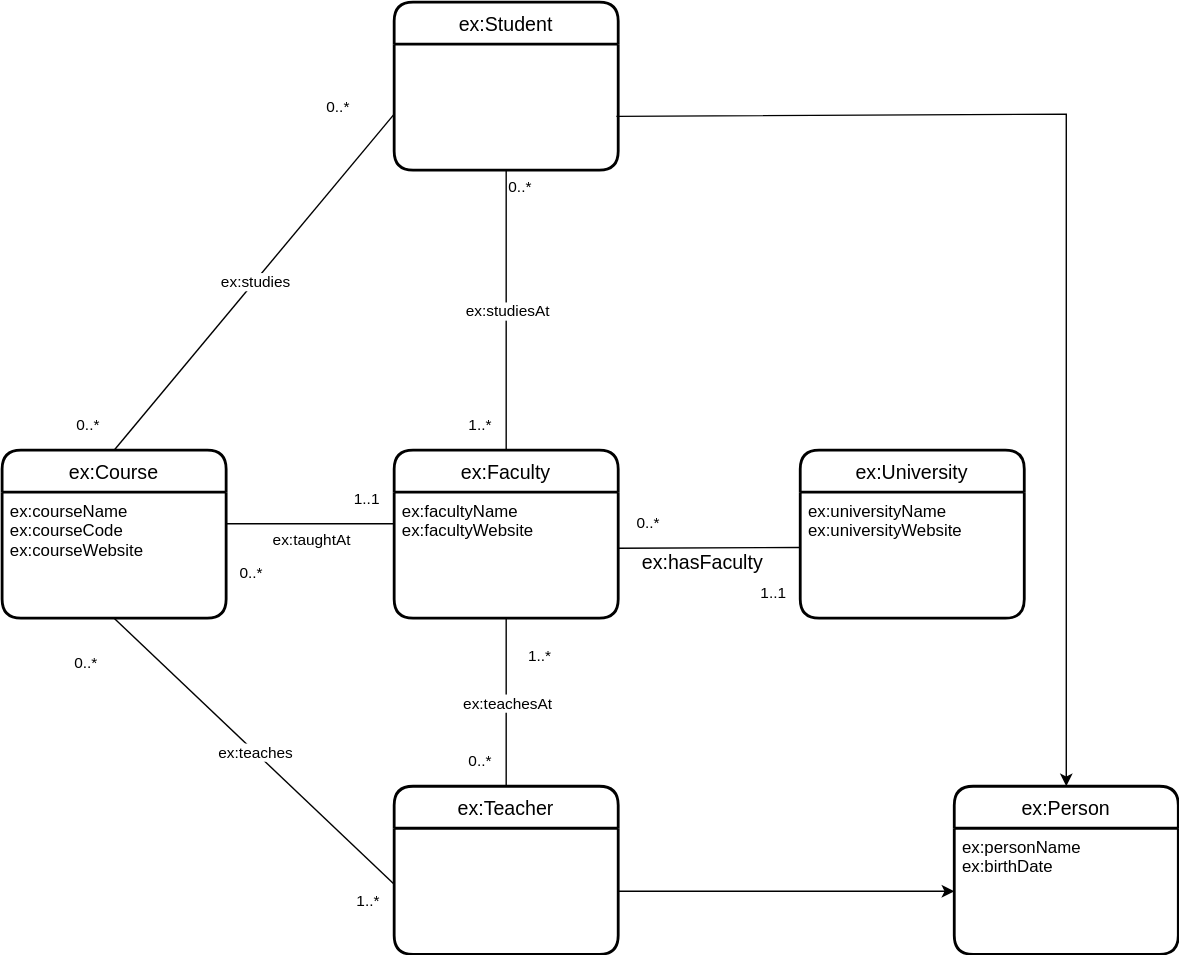
Before: DU2/RDF.drawio.svg, a diagram exported from draw.io (qpwedev/data-formats). Source tidied: cells renumbered, new cells last; positions are measured from the earlier drawing's top-left corner, leaving out a move shared by most shapes. Its diagram source:
```xml
<mxGraphModel>
  <root>
    <mxCell id="0" />
    <mxCell id="1" parent="0" />
    <mxCell id="2" style="endArrow=none;html=1;rounded=0;entryX=0.5;entryY=0;entryDx=0;entryDy=0;exitX=0.5;exitY=1;exitDx=0;exitDy=0;" parent="1" edge="1" source="9" target="10">
      <mxGeometry relative="1" as="geometry" />
    </mxCell>
    <mxCell id="3" value="ex:teachesAt" style="edgeLabel;html=1;align=center;verticalAlign=middle;" parent="2" vertex="1">
      <mxGeometry relative="1" as="geometry" />
    </mxCell>
    <mxCell id="4" value="1..*" style="edgeLabel;html=1;align=left;verticalAlign=bottom;" parent="2" vertex="1">
      <mxGeometry x="-1" relative="1" as="geometry">
        <mxPoint x="14" y="35" as="offset" />
      </mxGeometry>
    </mxCell>
    <mxCell id="5" value="&lt;span style=&quot;text-align: left;&quot;&gt;0..*&lt;/span&gt;" style="edgeLabel;html=1;align=right;verticalAlign=bottom;" parent="2" vertex="1">
      <mxGeometry x="1" relative="1" as="geometry">
        <mxPoint x="-10" y="-10" as="offset" />
      </mxGeometry>
    </mxCell>
    <mxCell id="6" value="ex:Course" style="swimlane;horizontal=1;startSize=30;rounded=1;fontSize=14;fontStyle=0;strokeWidth=2;shadow=0;dashed=0;align=center;" parent="1" vertex="1">
      <mxGeometry y="320" width="160" height="120" as="geometry" />
    </mxCell>
    <mxCell id="7" value="ex:courseName&#10;ex:courseCode&#10;ex:courseWebsite" style="align=left;strokeColor=none;fillColor=none;spacingLeft=4;fontSize=12;verticalAlign=top;" parent="6" vertex="1">
      <mxGeometry y="30" width="160" height="90" as="geometry" />
    </mxCell>
    <mxCell id="8" value="ex:Faculty" style="swimlane;horizontal=1;startSize=30;rounded=1;fontSize=14;fontStyle=0;strokeWidth=2;shadow=0;dashed=0;align=center;" parent="1" vertex="1">
      <mxGeometry x="280" y="320" width="160" height="120" as="geometry" />
    </mxCell>
    <mxCell id="9" value="ex:facultyName&#10;ex:facultyWebsite" style="align=left;strokeColor=none;fillColor=none;spacingLeft=4;fontSize=12;verticalAlign=top;" parent="8" vertex="1">
      <mxGeometry y="30" width="160" height="90" as="geometry" />
    </mxCell>
    <mxCell id="10" value="ex:Teacher" style="swimlane;horizontal=1;startSize=30;rounded=1;fontSize=14;fontStyle=0;strokeWidth=2;shadow=0;dashed=0;align=center;" parent="1" vertex="1">
      <mxGeometry x="280" y="560" width="160" height="120" as="geometry" />
    </mxCell>
    <mxCell id="11" value="ex:Person" style="swimlane;horizontal=1;startSize=30;rounded=1;fontSize=14;fontStyle=0;strokeWidth=2;shadow=0;dashed=0;align=center;" parent="1" vertex="1">
      <mxGeometry x="680" y="560" width="160" height="120" as="geometry" />
    </mxCell>
    <mxCell id="12" value="ex:personName&#10;ex:birthDate" style="align=left;strokeColor=none;fillColor=none;spacingLeft=4;fontSize=12;verticalAlign=top;" parent="11" vertex="1">
      <mxGeometry y="30" width="160" height="90" as="geometry" />
    </mxCell>
    <mxCell id="13" style="endArrow=classic;html=1;rounded=0;entryX=0.5;entryY=0;entryDx=0;entryDy=0;exitX=0.992;exitY=0.573;exitDx=0;exitDy=0;exitPerimeter=0;" parent="1" edge="1" target="11">
      <mxGeometry relative="1" as="geometry">
        <mxPoint x="438.7" y="81.6" as="sourcePoint" />
        <Array as="points">
          <mxPoint x="760" y="80" />
        </Array>
      </mxGeometry>
    </mxCell>
    <mxCell id="14" style="endArrow=classic;html=1;rounded=0;entryX=0;entryY=0.5;entryDx=0;entryDy=0;" parent="1" edge="1" target="12">
      <mxGeometry relative="1" as="geometry">
        <mxPoint x="440" y="635" as="sourcePoint" />
      </mxGeometry>
    </mxCell>
    <mxCell id="15" style="endArrow=none;html=1;rounded=0;exitX=0.5;exitY=1;exitDx=0;exitDy=0;" parent="1" edge="1" source="7">
      <mxGeometry relative="1" as="geometry">
        <mxPoint x="280" y="630" as="targetPoint" />
      </mxGeometry>
    </mxCell>
    <mxCell id="16" value="ex:teaches" style="edgeLabel;html=1;align=center;verticalAlign=middle;" parent="15" vertex="1">
      <mxGeometry relative="1" as="geometry" />
    </mxCell>
    <mxCell id="17" value="0..*" style="edgeLabel;html=1;align=left;verticalAlign=bottom;" parent="15" vertex="1">
      <mxGeometry x="-1" relative="1" as="geometry">
        <mxPoint x="-30" y="40" as="offset" />
      </mxGeometry>
    </mxCell>
    <mxCell id="18" value="&lt;span style=&quot;text-align: left;&quot;&gt;1..*&lt;/span&gt;" style="edgeLabel;html=1;align=right;verticalAlign=bottom;" parent="15" vertex="1">
      <mxGeometry x="1" relative="1" as="geometry">
        <mxPoint x="-10" y="20" as="offset" />
      </mxGeometry>
    </mxCell>
    <mxCell id="19" style="endArrow=none;html=1;rounded=0;entryX=0.5;entryY=0;entryDx=0;entryDy=0;" parent="1" edge="1" target="6">
      <mxGeometry relative="1" as="geometry">
        <mxPoint x="280" y="80" as="sourcePoint" />
      </mxGeometry>
    </mxCell>
    <mxCell id="20" value="ex:studies" style="edgeLabel;html=1;align=center;verticalAlign=middle;" parent="19" vertex="1">
      <mxGeometry relative="1" as="geometry" />
    </mxCell>
    <mxCell id="21" value="0..*" style="edgeLabel;html=1;align=left;verticalAlign=bottom;" parent="19" vertex="1">
      <mxGeometry x="-1" relative="1" as="geometry">
        <mxPoint x="-50" y="3" as="offset" />
      </mxGeometry>
    </mxCell>
    <mxCell id="22" value="0..*" style="edgeLabel;html=1;align=right;verticalAlign=bottom;" parent="19" vertex="1">
      <mxGeometry x="1" relative="1" as="geometry">
        <mxPoint x="-10" y="-10" as="offset" />
      </mxGeometry>
    </mxCell>
    <mxCell id="23" style="endArrow=none;html=1;rounded=0;exitX=0.5;exitY=1;exitDx=0;exitDy=0;entryX=0.5;entryY=0;entryDx=0;entryDy=0;" parent="1" edge="1" target="8">
      <mxGeometry relative="1" as="geometry">
        <mxPoint x="360" y="120" as="sourcePoint" />
      </mxGeometry>
    </mxCell>
    <mxCell id="24" value="ex:studiesAt" style="edgeLabel;html=1;align=center;verticalAlign=middle;" parent="23" vertex="1">
      <mxGeometry relative="1" as="geometry" />
    </mxCell>
    <mxCell id="25" value="0..*" style="edgeLabel;html=1;align=left;verticalAlign=bottom;" parent="23" vertex="1">
      <mxGeometry x="-1" relative="1" as="geometry">
        <mxPoint y="20" as="offset" />
      </mxGeometry>
    </mxCell>
    <mxCell id="26" value="&lt;span style=&quot;text-align: left;&quot;&gt;1..*&lt;/span&gt;" style="edgeLabel;html=1;align=right;verticalAlign=bottom;" parent="23" vertex="1">
      <mxGeometry x="1" relative="1" as="geometry">
        <mxPoint x="-10" y="-10" as="offset" />
      </mxGeometry>
    </mxCell>
    <mxCell id="27" value="ex:University" style="swimlane;horizontal=1;startSize=30;rounded=1;fontSize=14;fontStyle=0;strokeWidth=2;shadow=0;dashed=0;align=center;" parent="1" vertex="1">
      <mxGeometry x="570" y="320" width="160" height="120" as="geometry" />
    </mxCell>
    <mxCell id="28" value="ex:universityName&#10;ex:universityWebsite&#10;&#10;" style="align=left;strokeColor=none;fillColor=none;spacingLeft=4;fontSize=12;verticalAlign=top;" parent="27" vertex="1">
      <mxGeometry y="30" width="160" height="90" as="geometry" />
    </mxCell>
    <mxCell id="29" style="endArrow=none;html=1;rounded=0;exitX=-0.003;exitY=0.439;exitDx=0;exitDy=0;exitPerimeter=0;" parent="1" edge="1" source="28">
      <mxGeometry relative="1" as="geometry">
        <mxPoint x="440" y="390" as="targetPoint" />
      </mxGeometry>
    </mxCell>
    <mxCell id="30" value="&lt;font style=&quot;line-height: 1; font-size: 14px;&quot;&gt;ex:hasFaculty&lt;/font&gt;" style="edgeLabel;html=1;align=center;verticalAlign=middle;" parent="29" vertex="1">
      <mxGeometry relative="1" as="geometry">
        <mxPoint x="-5" y="10" as="offset" />
      </mxGeometry>
    </mxCell>
    <mxCell id="31" value="1..1" style="edgeLabel;html=1;align=left;verticalAlign=bottom;" parent="29" vertex="1">
      <mxGeometry x="-1" relative="1" as="geometry">
        <mxPoint x="-30" y="40" as="offset" />
      </mxGeometry>
    </mxCell>
    <mxCell id="32" value="&lt;span style=&quot;text-align: left;&quot;&gt;0..*&lt;/span&gt;" style="edgeLabel;html=1;align=right;verticalAlign=bottom;" parent="29" vertex="1">
      <mxGeometry x="1" relative="1" as="geometry">
        <mxPoint x="30" y="-10" as="offset" />
      </mxGeometry>
    </mxCell>
    <mxCell id="33" value="ex:Student" style="swimlane;horizontal=1;startSize=30;rounded=1;fontSize=14;fontStyle=0;strokeWidth=2;shadow=0;dashed=0;align=center;" parent="1" vertex="1">
      <mxGeometry x="280" width="160" height="120" as="geometry" />
    </mxCell>
    <mxCell id="34" style="endArrow=none;html=1;rounded=0;exitX=1;exitY=0.25;exitDx=0;exitDy=0;entryX=0;entryY=0.25;entryDx=0;entryDy=0;" parent="1" edge="1" source="7" target="9">
      <mxGeometry relative="1" as="geometry" />
    </mxCell>
    <mxCell id="35" value="ex:taughtAt" style="edgeLabel;html=1;align=center;verticalAlign=middle;" parent="34" vertex="1">
      <mxGeometry relative="1" as="geometry">
        <mxPoint y="11" as="offset" />
      </mxGeometry>
    </mxCell>
    <mxCell id="36" value="0..*" style="edgeLabel;html=1;align=left;verticalAlign=bottom;" parent="34" vertex="1">
      <mxGeometry x="-1" relative="1" as="geometry">
        <mxPoint x="8" y="43" as="offset" />
      </mxGeometry>
    </mxCell>
    <mxCell id="37" value="&lt;span style=&quot;text-align: left;&quot;&gt;1..1&lt;/span&gt;" style="edgeLabel;html=1;align=right;verticalAlign=bottom;" parent="34" vertex="1">
      <mxGeometry x="1" relative="1" as="geometry">
        <mxPoint x="-10" y="-10" as="offset" />
      </mxGeometry>
    </mxCell>
  </root>
</mxGraphModel>
```
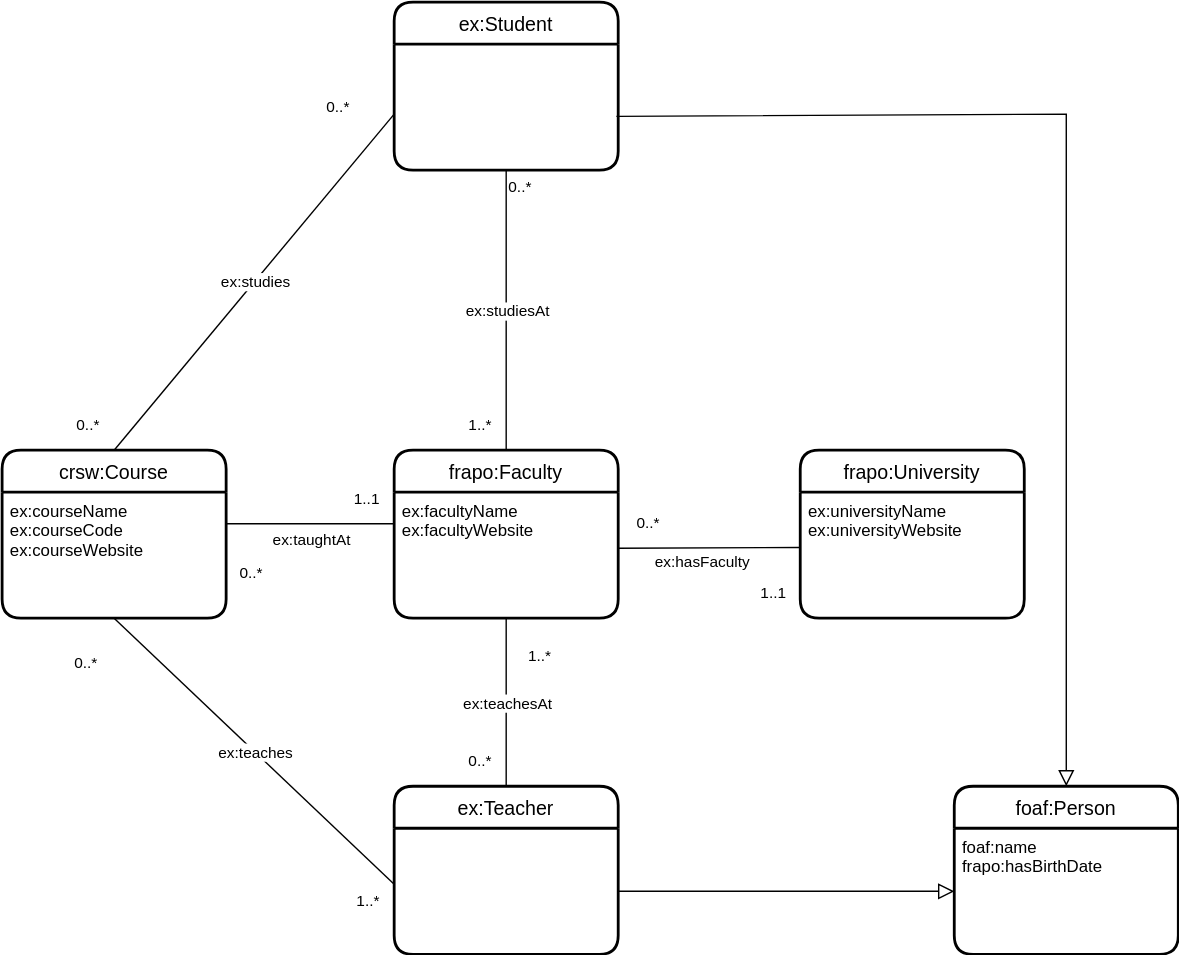
Later version of the same file.

Change to the diagram source:
```diff
@@ -18,13 +18,13 @@
         <mxPoint x="-10" y="-10" as="offset" />
       </mxGeometry>
     </mxCell>
-    <mxCell id="6" value="ex:Course" style="swimlane;horizontal=1;startSize=30;rounded=1;fontSize=14;fontStyle=0;strokeWidth=2;shadow=0;dashed=0;align=center;" parent="1" vertex="1">
+    <mxCell id="6" value="crsw:Course" style="swimlane;horizontal=1;startSize=30;rounded=1;fontSize=14;fontStyle=0;strokeWidth=2;shadow=0;dashed=0;align=center;" parent="1" vertex="1">
       <mxGeometry y="320" width="160" height="120" as="geometry" />
     </mxCell>
     <mxCell id="7" value="ex:courseName&#10;ex:courseCode&#10;ex:courseWebsite" style="align=left;strokeColor=none;fillColor=none;spacingLeft=4;fontSize=12;verticalAlign=top;" parent="6" vertex="1">
       <mxGeometry y="30" width="160" height="90" as="geometry" />
     </mxCell>
-    <mxCell id="8" value="ex:Faculty" style="swimlane;horizontal=1;startSize=30;rounded=1;fontSize=14;fontStyle=0;strokeWidth=2;shadow=0;dashed=0;align=center;" parent="1" vertex="1">
+    <mxCell id="8" value="frapo:Faculty" style="swimlane;horizontal=1;startSize=30;rounded=1;fontSize=14;fontStyle=0;strokeWidth=2;shadow=0;dashed=0;align=center;" parent="1" vertex="1">
       <mxGeometry x="280" y="320" width="160" height="120" as="geometry" />
     </mxCell>
     <mxCell id="9" value="ex:facultyName&#10;ex:facultyWebsite" style="align=left;strokeColor=none;fillColor=none;spacingLeft=4;fontSize=12;verticalAlign=top;" parent="8" vertex="1">
@@ -33,13 +33,13 @@
     <mxCell id="10" value="ex:Teacher" style="swimlane;horizontal=1;startSize=30;rounded=1;fontSize=14;fontStyle=0;strokeWidth=2;shadow=0;dashed=0;align=center;" parent="1" vertex="1">
       <mxGeometry x="280" y="560" width="160" height="120" as="geometry" />
     </mxCell>
-    <mxCell id="11" value="ex:Person" style="swimlane;horizontal=1;startSize=30;rounded=1;fontSize=14;fontStyle=0;strokeWidth=2;shadow=0;dashed=0;align=center;" parent="1" vertex="1">
+    <mxCell id="11" value="foaf:Person" style="swimlane;horizontal=1;startSize=30;rounded=1;fontSize=14;fontStyle=0;strokeWidth=2;shadow=0;dashed=0;align=center;" parent="1" vertex="1">
       <mxGeometry x="680" y="560" width="160" height="120" as="geometry" />
     </mxCell>
-    <mxCell id="12" value="ex:personName&#10;ex:birthDate" style="align=left;strokeColor=none;fillColor=none;spacingLeft=4;fontSize=12;verticalAlign=top;" parent="11" vertex="1">
+    <mxCell id="12" value="foaf:name&#10;frapo:hasBirthDate" style="align=left;strokeColor=none;fillColor=none;spacingLeft=4;fontSize=12;verticalAlign=top;" parent="11" vertex="1">
       <mxGeometry y="30" width="160" height="90" as="geometry" />
     </mxCell>
-    <mxCell id="13" style="endArrow=classic;html=1;rounded=0;entryX=0.5;entryY=0;entryDx=0;entryDy=0;exitX=0.992;exitY=0.573;exitDx=0;exitDy=0;exitPerimeter=0;" parent="1" edge="1" target="11">
+    <mxCell id="13" style="endArrow=block;html=1;rounded=0;entryX=0.5;entryY=0;entryDx=0;entryDy=0;exitX=0.992;exitY=0.573;exitDx=0;exitDy=0;exitPerimeter=0;endSize=9;endFill=0;" parent="1" edge="1" target="11">
       <mxGeometry relative="1" as="geometry">
         <mxPoint x="438.7" y="81.6" as="sourcePoint" />
         <Array as="points">
@@ -47,7 +47,7 @@
         </Array>
       </mxGeometry>
     </mxCell>
-    <mxCell id="14" style="endArrow=classic;html=1;rounded=0;entryX=0;entryY=0.5;entryDx=0;entryDy=0;" parent="1" edge="1" target="12">
+    <mxCell id="14" style="endArrow=block;html=1;rounded=0;entryX=0;entryY=0.5;entryDx=0;entryDy=0;endFill=0;strokeWidth=1;endSize=9;" parent="1" edge="1" target="12">
       <mxGeometry relative="1" as="geometry">
         <mxPoint x="440" y="635" as="sourcePoint" />
       </mxGeometry>
@@ -106,7 +106,7 @@
         <mxPoint x="-10" y="-10" as="offset" />
       </mxGeometry>
     </mxCell>
-    <mxCell id="27" value="ex:University" style="swimlane;horizontal=1;startSize=30;rounded=1;fontSize=14;fontStyle=0;strokeWidth=2;shadow=0;dashed=0;align=center;" parent="1" vertex="1">
+    <mxCell id="27" value="frapo:University" style="swimlane;horizontal=1;startSize=30;rounded=1;fontSize=14;fontStyle=0;strokeWidth=2;shadow=0;dashed=0;align=center;" parent="1" vertex="1">
       <mxGeometry x="570" y="320" width="160" height="120" as="geometry" />
     </mxCell>
     <mxCell id="28" value="ex:universityName&#10;ex:universityWebsite&#10;&#10;" style="align=left;strokeColor=none;fillColor=none;spacingLeft=4;fontSize=12;verticalAlign=top;" parent="27" vertex="1">
@@ -117,7 +117,7 @@
         <mxPoint x="440" y="390" as="targetPoint" />
       </mxGeometry>
     </mxCell>
-    <mxCell id="30" value="&lt;font style=&quot;line-height: 1; font-size: 14px;&quot;&gt;ex:hasFaculty&lt;/font&gt;" style="edgeLabel;html=1;align=center;verticalAlign=middle;" parent="29" vertex="1">
+    <mxCell id="30" value="&lt;font style=&quot;line-height: 1; font-size: 11px;&quot;&gt;ex:hasFaculty&lt;/font&gt;" style="edgeLabel;html=1;align=center;verticalAlign=middle;fontSize=11;" parent="29" vertex="1">
       <mxGeometry relative="1" as="geometry">
         <mxPoint x="-5" y="10" as="offset" />
       </mxGeometry>
```
